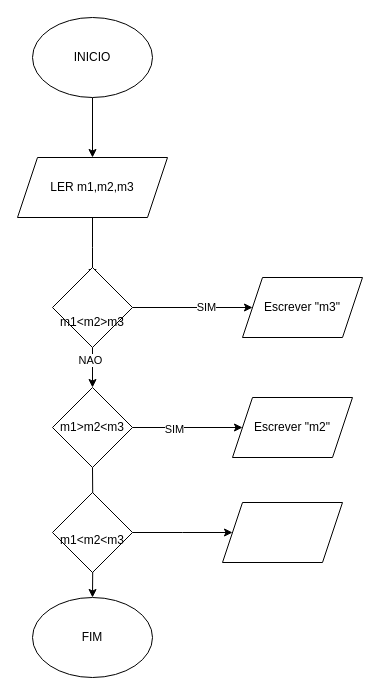
Above: EXE 4.drawio in Daniel01-pro/fluxogramas (draw.io), before the change. Source tidied: cells renumbered, new cells numbered last; positions are measured from the earlier drawing's top-left corner, leaving out a move shared by most shapes. Both pictures are drawn from the tidied source at 100%, with x=0, y=0 at pixel (17, 17).
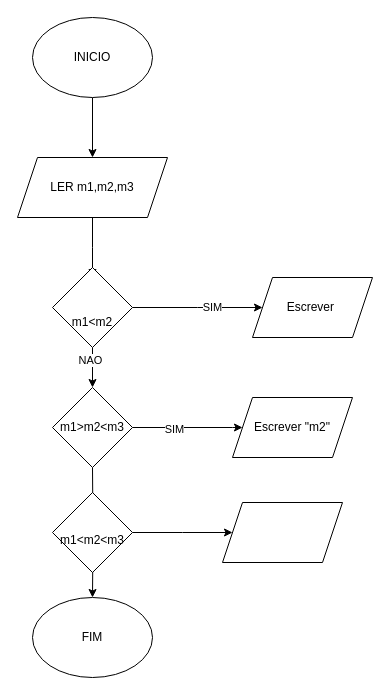
The same diagram, later.

Unchanged cells that the change refers to:
```xml
<mxCell id="16" value="m1&amp;gt;m2&amp;lt;m3" style="rhombus;whiteSpace=wrap;html=1;shapeInside=1;" parent="1" vertex="1">
  <mxGeometry x="35" y="370" width="80" height="80" as="geometry" />
</mxCell>
<mxCell id="17" value="Escrever &quot;m2&quot;" style="shape=parallelogram;perimeter=parallelogramPerimeter;whiteSpace=wrap;html=1;shapeInside=1;fixedSize=1;" parent="1" vertex="1">
  <mxGeometry x="215" y="380" width="120" height="60" as="geometry" />
</mxCell>
```

What changed in the source:
```diff
@@
-    <mxCell id="8" style="edgeStyle=orthogonalEdgeStyle;rounded=0;jettySize=auto;html=1;entryX=0;entryY=0.5;entryDx=0;entryDy=0;" parent="1" edge="1" source="12" target="13">
-      <mxGeometry relative="1" as="geometry" />
+    <mxCell id="8" style="edgeStyle=orthogonalEdgeStyle;rounded=0;jettySize=auto;html=1;entryX=0;entryY=0.5;entryDx=0;entryDy=0;" parent="1" edge="1" source="12">
+      <mxGeometry relative="1" as="geometry">
+        <mxPoint x="245" y="290" as="targetPoint" />
+      </mxGeometry>
     </mxCell>
@@
-    <mxCell id="12" value="&lt;div&gt;&lt;br&gt;&lt;/div&gt;&lt;div&gt;&lt;br&gt;m1&amp;lt;m2&amp;gt;m3&lt;/div&gt;" style="rhombus;whiteSpace=wrap;html=1;shapeInside=1;" parent="1" vertex="1">
+    <mxCell id="12" value="&lt;div&gt;&lt;br&gt;&lt;/div&gt;&lt;div&gt;&lt;br&gt;m1&amp;lt;m2&lt;/div&gt;" style="rhombus;whiteSpace=wrap;html=1;shapeInside=1;" parent="1" vertex="1">
       <mxGeometry x="35" y="250" width="80" height="80" as="geometry" />
     </mxCell>
-    <mxCell id="13" value="Escrever &quot;m3&quot;" style="shape=parallelogram;perimeter=parallelogramPerimeter;whiteSpace=wrap;html=1;shapeInside=1;fixedSize=1;" parent="1" vertex="1">
-      <mxGeometry x="225" y="260" width="120" height="60" as="geometry" />
-    </mxCell>
     <mxCell id="14" style="edgeStyle=orthogonalEdgeStyle;rounded=0;jettySize=auto;html=1;entryX=0;entryY=0.5;entryDx=0;entryDy=0;" parent="1" edge="1" source="16" target="17">
-      <mxGeometry relative="1" as="geometry" />
+      <mxGeometry relative="1" as="geometry">
+        <Array as="points">
+          <mxPoint x="215" y="410" />
+          <mxPoint x="215" y="410" />
+        </Array>
+      </mxGeometry>
     </mxCell>
@@
+    <mxCell id="21" value="Escrever&amp;nbsp;" style="shape=parallelogram;perimeter=parallelogramPerimeter;whiteSpace=wrap;html=1;shapeInside=1;fixedSize=1;" parent="1" vertex="1">
+      <mxGeometry x="235" y="260" width="120" height="60" as="geometry" />
+    </mxCell>
```
